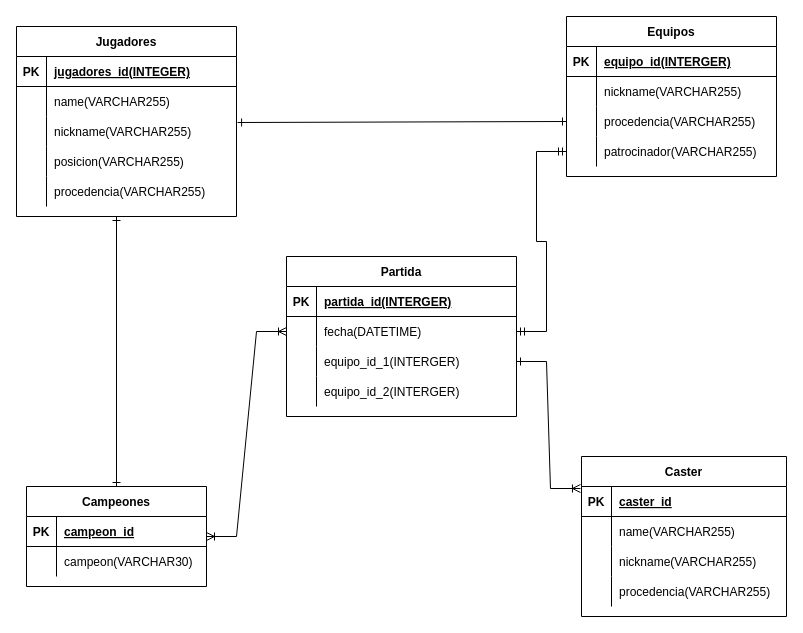
The draw.io diagram page "Page-2" (2 of 2) of Untitled Diagram.drawio in kwuan95/kwuan95, before the edit. Source tidied: cells renumbered, new cells numbered last; positions are measured from the earlier drawing's top-left corner, leaving out a move shared by most shapes. Both pictures are drawn from the tidied source at 100%, with x=0, y=0 at pixel (16, 16).
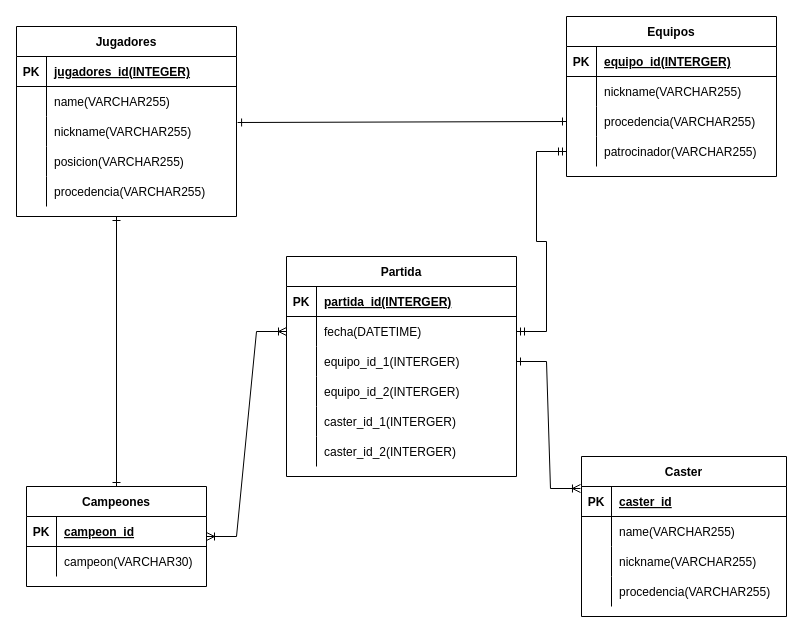
Above is the later version.

Diff of the diagram source:
```diff
@@
     <mxCell id="31" value="Partida" style="shape=table;startSize=30;childLayout=tableLayout;rowLines=0;fontStyle=1;align=center;" parent="1" vertex="1">
-      <mxGeometry x="270" y="240" width="230" height="160" as="geometry" />
+      <mxGeometry x="270" y="240" width="230" height="220" as="geometry" />
     </mxCell>
@@
+    <mxCell id="69" style="shape=tableRow;horizontal=0;startSize=0;swimlaneHead=0;swimlaneBody=0;fillColor=none;top=0;left=0;right=0;bottom=0;" parent="31" vertex="1">
+      <mxGeometry y="150" width="230" height="30" as="geometry" />
+    </mxCell>
+    <mxCell id="70" style="shape=partialRectangle;fillColor=none;top=0;left=0;bottom=0;right=0;overflow=hidden;" parent="69" vertex="1">
+      <mxGeometry width="30" height="30" as="geometry" />
+    </mxCell>
+    <mxCell id="71" value="caster_id_1(INTERGER)" style="shape=partialRectangle;fillColor=none;top=0;left=0;bottom=0;right=0;align=left;spacingLeft=6;overflow=hidden;" parent="69" vertex="1">
+      <mxGeometry x="30" width="200" height="30" as="geometry" />
+    </mxCell>
+    <mxCell id="72" style="shape=tableRow;horizontal=0;startSize=0;swimlaneHead=0;swimlaneBody=0;fillColor=none;top=0;left=0;right=0;bottom=0;" parent="31" vertex="1">
+      <mxGeometry y="180" width="230" height="30" as="geometry" />
+    </mxCell>
+    <mxCell id="73" style="shape=partialRectangle;fillColor=none;top=0;left=0;bottom=0;right=0;overflow=hidden;" parent="72" vertex="1">
+      <mxGeometry width="30" height="30" as="geometry" />
+    </mxCell>
+    <mxCell id="74" value="caster_id_2(INTERGER)" style="shape=partialRectangle;fillColor=none;top=0;left=0;bottom=0;right=0;align=left;spacingLeft=6;overflow=hidden;" parent="72" vertex="1">
+      <mxGeometry x="30" width="200" height="30" as="geometry" />
+    </mxCell>
```
